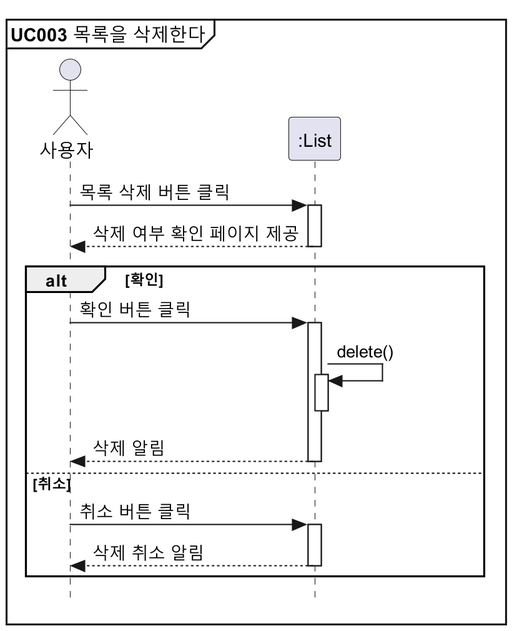
parkchamchi/SoftwareEngineering2023 keeps this PlantUML diagram as docs/설계명세서/images/seq_diag/uc003.png. Above is the earlier version.
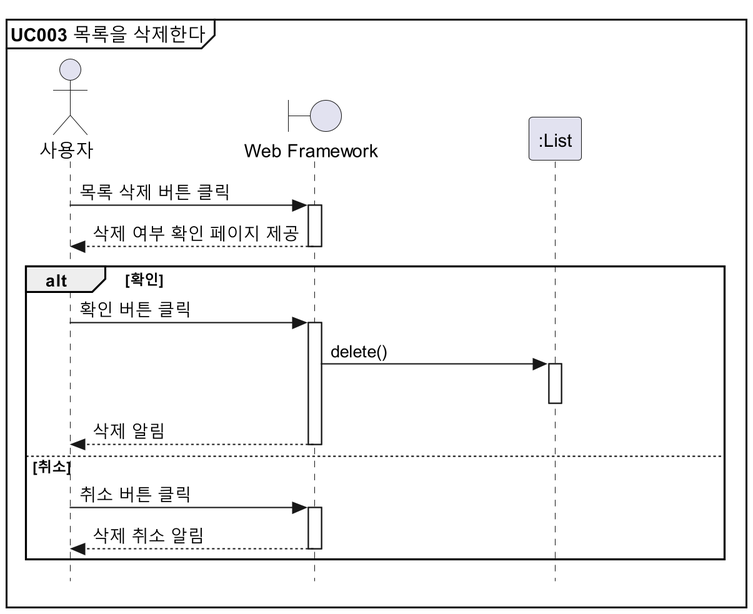
Later version of the same file.

Change to the diagram source:
```diff
@@ -3,20 +3,20 @@
 
 mainframe **UC003** 목록을 삭제한다
 
-actor 사용자
+!includesub style.puml!PARTICIPANTS
 participant ":List" as List
 
-사용자 -> List : 목록 삭제 버튼 클릭
-List --> 사용자 : 삭제 여부 확인 페이지 제공
+사용자 -> view : 목록 삭제 버튼 클릭
+view --> 사용자 : 삭제 여부 확인 페이지 제공
 
 alt 확인
-	사용자 -> List : 확인 버튼 클릭
-	List -> List : delete()
+	사용자 -> view : 확인 버튼 클릭
+	view -> List : delete()
 	deactivate List
-	List --> 사용자 : 삭제 알림
+	view --> 사용자 : 삭제 알림
 else 취소
-	사용자 -> List : 취소 버튼 클릭
-	List --> 사용자 : 삭제 취소 알림
+	사용자 -> view : 취소 버튼 클릭
+	view --> 사용자 : 삭제 취소 알림
 end
 
 @enduml
```
